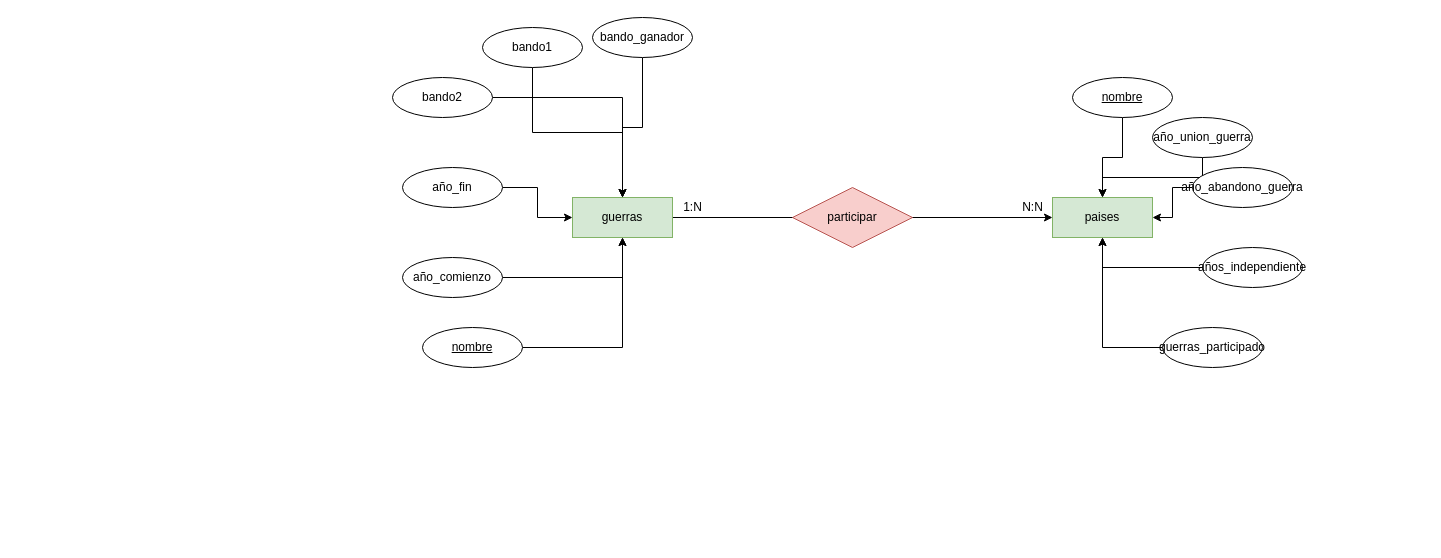
Earlier version of the draw.io diagram Reto 4.drawio (aramossanchez/Diagramas_ER). Source tidied: cells renumbered, new cells numbered last; positions are measured from the earlier drawing's top-left corner, leaving out a move shared by most shapes. Both pictures are drawn from the tidied source at 100%, with x=0, y=0 at pixel (392, 17).
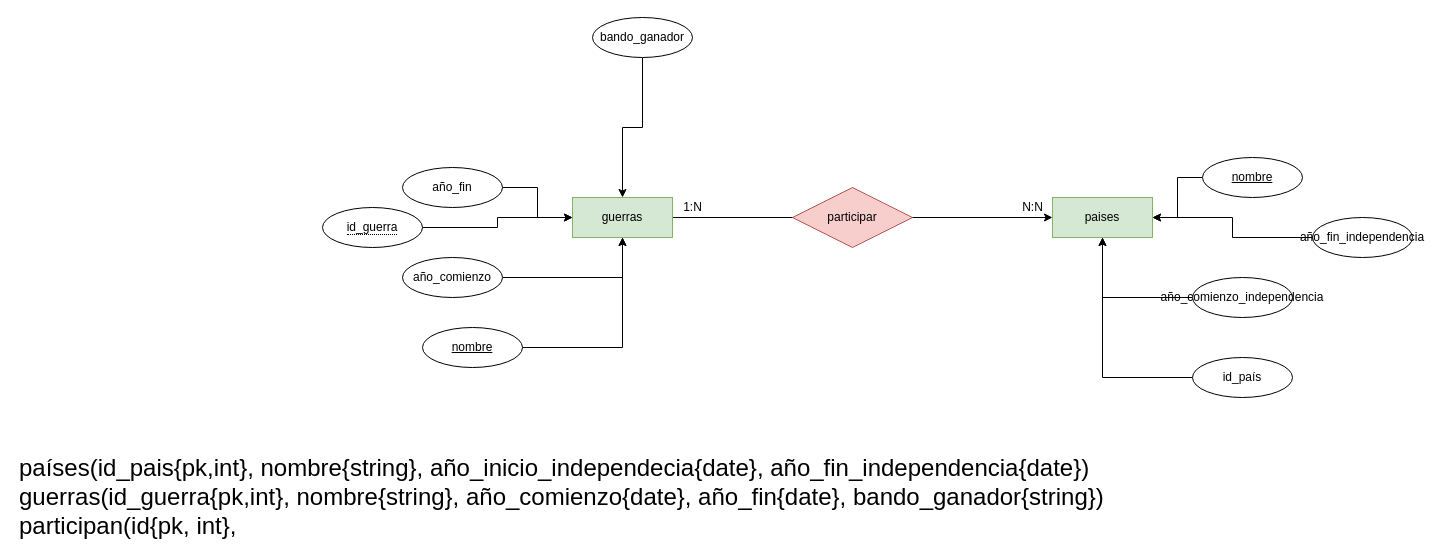
After the change.

Commit message:
subo modelo reto 4

Unchanged cells that the change refers to:
```xml
<mxCell id="3" value="guerras" style="whiteSpace=wrap;html=1;align=center;fillColor=#d5e8d4;strokeColor=#82b366;" parent="1" vertex="1">
  <mxGeometry x="180" y="180" width="100" height="40" as="geometry" />
</mxCell>
<mxCell id="4" value="paises&lt;br&gt;" style="whiteSpace=wrap;html=1;align=center;fillColor=#d5e8d4;strokeColor=#82b366;" parent="1" vertex="1">
  <mxGeometry x="660" y="180" width="100" height="40" as="geometry" />
</mxCell>
```

Diff of the diagram source:
```diff
@@
-    <mxCell id="9" style="edgeStyle=orthogonalEdgeStyle;rounded=0;jettySize=auto;html=1;" parent="1" edge="1" source="10" target="3">
-      <mxGeometry relative="1" as="geometry" />
-    </mxCell>
-    <mxCell id="10" value="bando1" style="ellipse;whiteSpace=wrap;html=1;align=center;" parent="1" vertex="1">
-      <mxGeometry x="90" y="10" width="100" height="40" as="geometry" />
-    </mxCell>
-    <mxCell id="11" style="edgeStyle=orthogonalEdgeStyle;rounded=0;jettySize=auto;html=1;" parent="1" edge="1" source="12" target="3">
-      <mxGeometry relative="1" as="geometry" />
-    </mxCell>
-    <mxCell id="12" value="bando2" style="ellipse;whiteSpace=wrap;html=1;align=center;" parent="1" vertex="1">
-      <mxGeometry y="60" width="100" height="40" as="geometry" />
-    </mxCell>
@@
     <mxCell id="18" value="&lt;u&gt;nombre&lt;/u&gt;" style="ellipse;whiteSpace=wrap;html=1;align=center;" parent="1" vertex="1">
-      <mxGeometry x="680" y="60" width="100" height="40" as="geometry" />
+      <mxGeometry x="810" y="140" width="100" height="40" as="geometry" />
     </mxCell>
-    <mxCell id="19" style="edgeStyle=orthogonalEdgeStyle;rounded=0;jettySize=auto;html=1;" parent="1" edge="1" source="20" target="4">
-      <mxGeometry relative="1" as="geometry" />
-    </mxCell>
-    <mxCell id="20" value="año_union_guerra" style="ellipse;whiteSpace=wrap;html=1;align=center;" parent="1" vertex="1">
-      <mxGeometry x="760" y="100" width="100" height="40" as="geometry" />
-    </mxCell>
-    <mxCell id="21" style="edgeStyle=orthogonalEdgeStyle;rounded=0;jettySize=auto;html=1;" parent="1" edge="1" source="22" target="4">
-      <mxGeometry relative="1" as="geometry" />
-    </mxCell>
-    <mxCell id="22" value="año_abandono_guerra" style="ellipse;whiteSpace=wrap;html=1;align=center;" parent="1" vertex="1">
-      <mxGeometry x="800" y="150" width="100" height="40" as="geometry" />
-    </mxCell>
@@
-    <mxCell id="24" value="años_independiente" style="ellipse;whiteSpace=wrap;html=1;align=center;" parent="1" vertex="1">
-      <mxGeometry x="810" y="230" width="100" height="40" as="geometry" />
+    <mxCell id="24" value="año_comienzo_independencia" style="ellipse;whiteSpace=wrap;html=1;align=center;" parent="1" vertex="1">
+      <mxGeometry x="800" y="260" width="100" height="40" as="geometry" />
     </mxCell>
-    <mxCell id="25" style="edgeStyle=orthogonalEdgeStyle;rounded=0;jettySize=auto;html=1;" parent="1" edge="1" source="26" target="4">
-      <mxGeometry relative="1" as="geometry" />
-    </mxCell>
-    <mxCell id="26" value="guerras_participado" style="ellipse;whiteSpace=wrap;html=1;align=center;" parent="1" vertex="1">
-      <mxGeometry x="770" y="310" width="100" height="40" as="geometry" />
-    </mxCell>
@@
+    <mxCell id="30" value="&lt;font style=&quot;font-size: 24px&quot;&gt;países(id_pais{pk,int}, nombre{string}, año_inicio_independecia{date}, año_fin_independencia{date})&lt;br&gt;guerras(id_guerra{pk,int}, nombre{string}, año_comienzo{date}, año_fin{date}, bando_ganador{string})&lt;br&gt;participan(id{pk, int},&lt;br&gt;&lt;/font&gt;" style="text;html=1;align=left;verticalAlign=middle;strokeColor=none;fillColor=none;" parent="1" vertex="1">
+      <mxGeometry x="-375" y="450" width="1100" height="60" as="geometry" />
+    </mxCell>
+    <mxCell id="31" style="edgeStyle=orthogonalEdgeStyle;rounded=0;jettySize=auto;html=1;" parent="1" edge="1" source="32" target="4">
+      <mxGeometry relative="1" as="geometry" />
+    </mxCell>
+    <mxCell id="32" value="id_país" style="ellipse;whiteSpace=wrap;html=1;align=center;" parent="1" vertex="1">
+      <mxGeometry x="800" y="340" width="100" height="40" as="geometry" />
+    </mxCell>
+    <mxCell id="33" style="edgeStyle=orthogonalEdgeStyle;rounded=0;jettySize=auto;html=1;" parent="1" edge="1" source="34" target="4">
+      <mxGeometry relative="1" as="geometry" />
+    </mxCell>
+    <mxCell id="34" value="año_fin_independencia" style="ellipse;whiteSpace=wrap;html=1;align=center;" parent="1" vertex="1">
+      <mxGeometry x="920" y="200" width="100" height="40" as="geometry" />
+    </mxCell>
+    <mxCell id="35" style="edgeStyle=orthogonalEdgeStyle;rounded=0;jettySize=auto;html=1;" parent="1" edge="1" source="36" target="3">
+      <mxGeometry relative="1" as="geometry" />
+    </mxCell>
+    <mxCell id="36" value="&lt;span style=&quot;border-bottom: 1px dotted&quot;&gt;id_guerra&lt;/span&gt;" style="ellipse;whiteSpace=wrap;html=1;align=center;" parent="1" vertex="1">
+      <mxGeometry x="-70" y="190" width="100" height="40" as="geometry" />
+    </mxCell>
```
